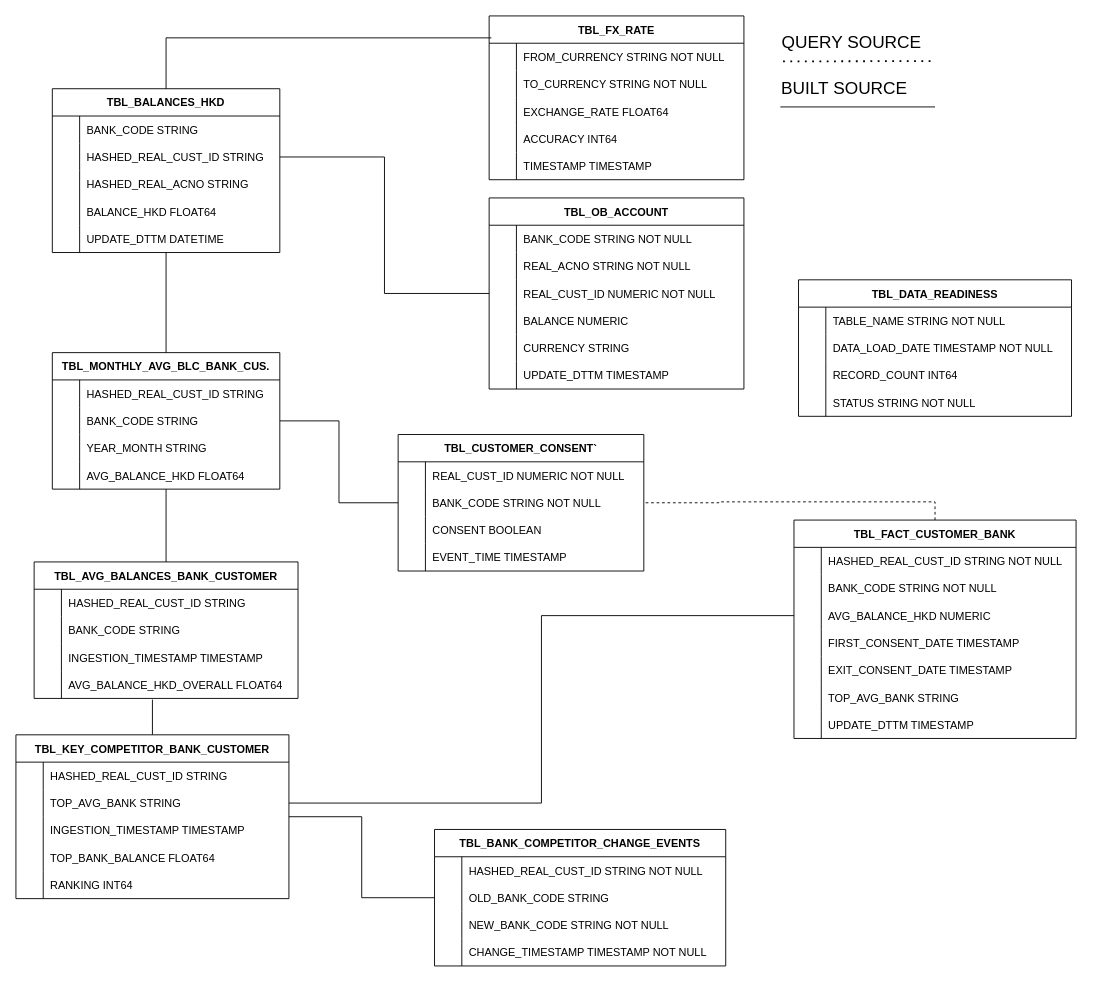
sfandino/global-banking keeps this draw.io diagram as docs/ER Diagram.drawio. Above is the earlier version. Source tidied: cells renumbered, new cells numbered last; positions are measured from the earlier drawing's top-left corner, leaving out a move shared by most shapes. Both pictures are drawn from the tidied source at 91%, with x=0, y=0 at pixel (15, 15).
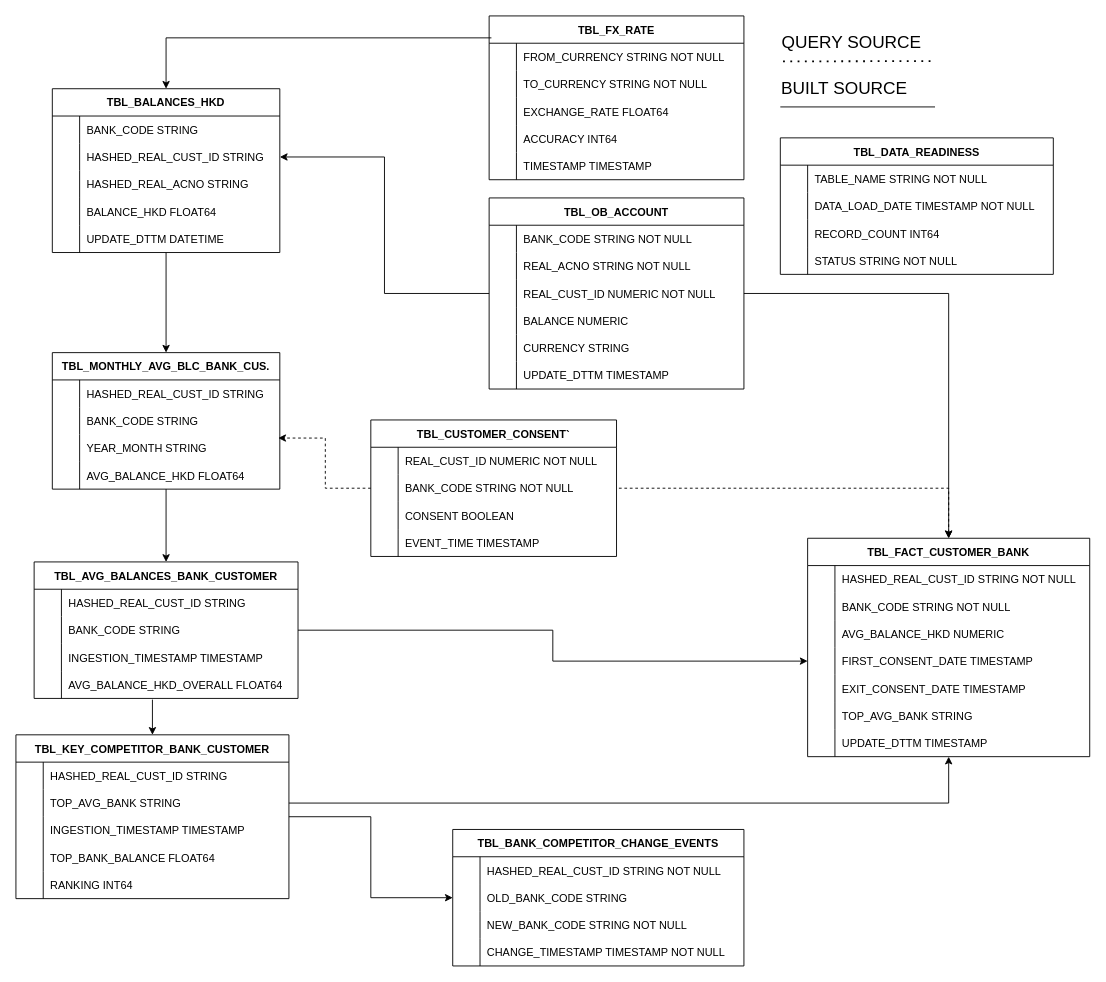
The same page after the edit.

Unchanged cells that the change refers to:
```xml
<mxCell id="9" style="shape=tableRow;horizontal=0;startSize=0;swimlaneHead=0;swimlaneBody=0;fillColor=none;points=[[0,0.5],[1,0.5]];portConstraint=eastwest;strokeColor=inherit;top=0;left=0;right=0;bottom=0;" parent="2" vertex="1">
  <mxGeometry y="90" width="280" height="30" as="geometry" />
</mxCell>
<mxCell id="25" style="shape=tableRow;horizontal=0;startSize=0;swimlaneHead=0;swimlaneBody=0;fillColor=none;points=[[0,0.5],[1,0.5]];portConstraint=eastwest;strokeColor=inherit;top=0;left=0;right=0;bottom=0;" parent="21" vertex="1">
  <mxGeometry y="60" width="270" height="30" as="geometry" />
</mxCell>
<mxCell id="34" value="TBL_FX_RATE" style="shape=table;startSize=30;childLayout=tableLayout;rowLines=0;fontStyle=1;align=center;" parent="1" vertex="1">
  <mxGeometry x="520" width="280" height="180" as="geometry" />
</mxCell>
<mxCell id="50" value="TBL_BALANCES_HKD" style="shape=table;startSize=30;childLayout=tableLayout;rowLines=0;fontStyle=1;align=center;" parent="1" vertex="1">
  <mxGeometry x="40" y="80" width="250" height="180" as="geometry" />
</mxCell>
<mxCell id="54" style="shape=tableRow;horizontal=0;startSize=0;swimlaneHead=0;swimlaneBody=0;fillColor=none;points=[[0,0.5],[1,0.5]];portConstraint=eastwest;strokeColor=inherit;top=0;left=0;right=0;bottom=0;" parent="50" vertex="1">
  <mxGeometry y="60" width="250" height="30" as="geometry" />
</mxCell>
<mxCell id="66" value="TBL_MONTHLY_AVG_BLC_BANK_CUS." style="shape=table;startSize=30;childLayout=tableLayout;rowLines=0;fontStyle=1;align=center;" parent="1" vertex="1">
  <mxGeometry x="40" y="370" width="250" height="150" as="geometry" />
</mxCell>
<mxCell id="73" style="shape=tableRow;horizontal=0;startSize=0;swimlaneHead=0;swimlaneBody=0;fillColor=none;points=[[0,0.5],[1,0.5]];portConstraint=eastwest;strokeColor=inherit;top=0;left=0;right=0;bottom=0;" parent="66" vertex="1">
  <mxGeometry y="90" width="250" height="30" as="geometry" />
</mxCell>
<mxCell id="81" value="TBL_AVG_BALANCES_BANK_CUSTOMER" style="shape=table;startSize=30;childLayout=tableLayout;rowLines=0;fontStyle=1;align=center;" parent="1" vertex="1">
  <mxGeometry x="20" y="600" width="290" height="150" as="geometry" />
</mxCell>
<mxCell id="85" style="shape=tableRow;horizontal=0;startSize=0;swimlaneHead=0;swimlaneBody=0;fillColor=none;points=[[0,0.5],[1,0.5]];portConstraint=eastwest;strokeColor=inherit;top=0;left=0;right=0;bottom=0;" parent="81" vertex="1">
  <mxGeometry y="60" width="290" height="30" as="geometry" />
</mxCell>
<mxCell id="91" style="shape=tableRow;horizontal=0;startSize=0;swimlaneHead=0;swimlaneBody=0;fillColor=none;points=[[0,0.5],[1,0.5]];portConstraint=eastwest;strokeColor=inherit;top=0;left=0;right=0;bottom=0;" parent="81" vertex="1">
  <mxGeometry y="120" width="290" height="30" as="geometry" />
</mxCell>
<mxCell id="94" value="TBL_KEY_COMPETITOR_BANK_CUSTOMER" style="shape=table;startSize=30;childLayout=tableLayout;rowLines=0;fontStyle=1;align=center;" parent="1" vertex="1">
  <mxGeometry y="790" width="300" height="180" as="geometry" />
</mxCell>
<mxCell id="98" style="shape=tableRow;horizontal=0;startSize=0;swimlaneHead=0;swimlaneBody=0;fillColor=none;points=[[0,0.5],[1,0.5]];portConstraint=eastwest;strokeColor=inherit;top=0;left=0;right=0;bottom=0;" parent="94" vertex="1">
  <mxGeometry y="60" width="300" height="30" as="geometry" />
</mxCell>
<mxCell id="117" style="shape=tableRow;horizontal=0;startSize=0;swimlaneHead=0;swimlaneBody=0;fillColor=none;points=[[0,0.5],[1,0.5]];portConstraint=eastwest;strokeColor=inherit;top=0;left=0;right=0;bottom=0;" parent="110" vertex="1">
  <mxGeometry y="90" width="310" height="30" as="geometry" />
</mxCell>
<mxCell id="120" style="shape=tableRow;horizontal=0;startSize=0;swimlaneHead=0;swimlaneBody=0;fillColor=none;points=[[0,0.5],[1,0.5]];portConstraint=eastwest;strokeColor=inherit;top=0;left=0;right=0;bottom=0;" parent="110" vertex="1">
  <mxGeometry y="120" width="310" height="30" as="geometry" />
</mxCell>
<mxCell id="159" style="shape=tableRow;horizontal=0;startSize=0;swimlaneHead=0;swimlaneBody=0;fillColor=none;points=[[0,0.5],[1,0.5]];portConstraint=eastwest;strokeColor=inherit;top=0;left=0;right=0;bottom=0;" parent="155" vertex="1">
  <mxGeometry y="60" width="320" height="30" as="geometry" />
</mxCell>
```

The edit, as a diff of the source:
```diff
@@
     <mxCell id="21" value="TBL_CUSTOMER_CONSENT`" style="shape=table;startSize=30;childLayout=tableLayout;rowLines=0;fontStyle=1;align=center;" parent="1" vertex="1">
-      <mxGeometry x="420" y="460" width="270" height="150" as="geometry" />
+      <mxGeometry x="390" y="444" width="270" height="150" as="geometry" />
     </mxCell>
@@
-    <mxCell id="79" style="edgeStyle=orthogonalEdgeStyle;rounded=0;jettySize=auto;html=1;exitX=0.5;exitY=0;exitDx=0;exitDy=0;endArrow=none;endFill=0;" parent="1" edge="1" source="81" target="66">
+    <mxCell id="79" style="edgeStyle=orthogonalEdgeStyle;rounded=0;jettySize=auto;html=1;exitX=0.5;exitY=0;exitDx=0;exitDy=0;endArrow=none;endFill=0;startArrow=classic;startFill=1;" parent="1" edge="1" source="81" target="66">
       <mxGeometry relative="1" as="geometry" />
     </mxCell>
-    <mxCell id="80" style="edgeStyle=orthogonalEdgeStyle;rounded=0;jettySize=auto;html=1;entryX=0.5;entryY=0;entryDx=0;entryDy=0;exitX=0.447;exitY=1.043;exitDx=0;exitDy=0;exitPerimeter=0;endArrow=none;endFill=0;" parent="1" edge="1" source="91" target="94">
+    <mxCell id="80" style="edgeStyle=orthogonalEdgeStyle;rounded=0;jettySize=auto;html=1;entryX=0.5;entryY=0;entryDx=0;entryDy=0;exitX=0.447;exitY=1.043;exitDx=0;exitDy=0;exitPerimeter=0;endArrow=classic;endFill=1;" parent="1" edge="1" source="91" target="94">
       <mxGeometry relative="1" as="geometry">
         <Array as="points">
           <mxPoint x="150" y="790" />
           <mxPoint x="150" y="790" />
         </Array>
       </mxGeometry>
     </mxCell>
@@
     <mxCell id="110" value="TBL_FACT_CUSTOMER_BANK" style="shape=table;startSize=30;childLayout=tableLayout;rowLines=0;fontStyle=1;align=center;" parent="1" vertex="1">
-      <mxGeometry x="855" y="554" width="310" height="240" as="geometry" />
+      <mxGeometry x="870" y="574" width="310" height="240" as="geometry" />
     </mxCell>
@@
     <mxCell id="132" value="TBL_DATA_READINESS" style="shape=table;startSize=30;childLayout=tableLayout;rowLines=0;fontStyle=1;align=center;" parent="1" vertex="1">
-      <mxGeometry x="860" y="290" width="300" height="150" as="geometry" />
+      <mxGeometry x="840" y="134" width="300" height="150" as="geometry" />
     </mxCell>
@@
-    <mxCell id="145" style="rounded=0;jettySize=auto;html=1;edgeStyle=orthogonalEdgeStyle;endArrow=none;endFill=0;dashed=1;exitX=0.5;exitY=0;exitDx=0;exitDy=0;" parent="1" edge="1" source="110" target="21">
+    <mxCell id="145" style="rounded=0;jettySize=auto;html=1;edgeStyle=orthogonalEdgeStyle;endArrow=none;endFill=0;dashed=1;exitX=0.5;exitY=0;exitDx=0;exitDy=0;startArrow=classic;startFill=1;" parent="1" edge="1" source="110" target="21">
       <mxGeometry relative="1" as="geometry" />
     </mxCell>
-    <mxCell id="146" style="edgeStyle=orthogonalEdgeStyle;rounded=0;jettySize=auto;html=1;entryX=0;entryY=0.5;entryDx=0;entryDy=0;endArrow=none;endFill=0;" parent="1" edge="1" source="54" target="9">
+    <mxCell id="146" style="edgeStyle=orthogonalEdgeStyle;rounded=0;jettySize=auto;html=1;entryX=0;entryY=0.5;entryDx=0;entryDy=0;endArrow=none;endFill=0;startArrow=classic;startFill=1;" parent="1" edge="1" source="54" target="9">
       <mxGeometry relative="1" as="geometry" />
     </mxCell>
-    <mxCell id="147" style="edgeStyle=orthogonalEdgeStyle;rounded=0;jettySize=auto;html=1;entryX=0.5;entryY=0;entryDx=0;entryDy=0;endArrow=none;endFill=0;exitX=0.009;exitY=0.134;exitDx=0;exitDy=0;exitPerimeter=0;" parent="1" edge="1" source="34" target="50">
+    <mxCell id="147" style="edgeStyle=orthogonalEdgeStyle;rounded=0;jettySize=auto;html=1;entryX=0.5;entryY=0;entryDx=0;entryDy=0;endArrow=classic;endFill=1;exitX=0.009;exitY=0.134;exitDx=0;exitDy=0;exitPerimeter=0;" parent="1" edge="1" source="34" target="50">
       <mxGeometry relative="1" as="geometry" />
     </mxCell>
-    <mxCell id="148" style="edgeStyle=orthogonalEdgeStyle;rounded=0;jettySize=auto;html=1;endArrow=none;endFill=0;" parent="1" edge="1" source="50" target="66">
+    <mxCell id="148" style="edgeStyle=orthogonalEdgeStyle;rounded=0;jettySize=auto;html=1;endArrow=classic;endFill=1;" parent="1" edge="1" source="50" target="66">
       <mxGeometry relative="1" as="geometry" />
     </mxCell>
-    <mxCell id="149" style="edgeStyle=orthogonalEdgeStyle;rounded=0;jettySize=auto;html=1;endArrow=none;endFill=0;" parent="1" edge="1" source="66" target="21">
-      <mxGeometry relative="1" as="geometry" />
-    </mxCell>
-    <mxCell id="150" style="edgeStyle=orthogonalEdgeStyle;rounded=0;jettySize=auto;html=1;exitX=0;exitY=0.5;exitDx=0;exitDy=0;endArrow=none;endFill=0;" parent="1" edge="1" source="159" target="94">
+    <mxCell id="150" style="edgeStyle=orthogonalEdgeStyle;rounded=0;jettySize=auto;html=1;exitX=0;exitY=0.5;exitDx=0;exitDy=0;endArrow=none;endFill=0;startArrow=classic;startFill=1;" parent="1" edge="1" source="159" target="94">
       <mxGeometry relative="1" as="geometry" />
     </mxCell>
@@
     <mxCell id="155" value="TBL_BANK_COMPETITOR_CHANGE_EVENTS" style="shape=table;startSize=30;childLayout=tableLayout;rowLines=0;fontStyle=1;align=center;" parent="1" vertex="1">
-      <mxGeometry x="460" y="894" width="320" height="150" as="geometry" />
+      <mxGeometry x="480" y="894" width="320" height="150" as="geometry" />
     </mxCell>
@@
-    <mxCell id="168" style="edgeStyle=orthogonalEdgeStyle;rounded=0;jettySize=auto;html=1;exitX=1;exitY=0.5;exitDx=0;exitDy=0;entryX=0;entryY=0.5;entryDx=0;entryDy=0;endArrow=none;endFill=0;" parent="1" edge="1" source="98" target="117">
-      <mxGeometry relative="1" as="geometry" />
-    </mxCell>
+    <mxCell id="169" style="edgeStyle=orthogonalEdgeStyle;rounded=0;jettySize=auto;html=1;exitX=1;exitY=0.5;exitDx=0;exitDy=0;entryX=0;entryY=0.5;entryDx=0;entryDy=0;endArrow=classic;endFill=1;" parent="1" edge="1" source="85" target="120">
+      <mxGeometry relative="1" as="geometry" />
+    </mxCell>
+    <mxCell id="170" style="edgeStyle=orthogonalEdgeStyle;rounded=0;jettySize=auto;html=1;exitX=1;exitY=0.5;exitDx=0;exitDy=0;endArrow=classic;endFill=1;" parent="1" edge="1" source="98" target="110">
+      <mxGeometry relative="1" as="geometry" />
+    </mxCell>
+    <mxCell id="171" style="edgeStyle=orthogonalEdgeStyle;rounded=0;jettySize=auto;html=1;exitX=0;exitY=0.5;exitDx=0;exitDy=0;entryX=0.993;entryY=0.129;entryDx=0;entryDy=0;entryPerimeter=0;endArrow=classic;endFill=1;dashed=1;" parent="1" edge="1" source="25" target="73">
+      <mxGeometry relative="1" as="geometry" />
+    </mxCell>
+    <mxCell id="172" style="edgeStyle=orthogonalEdgeStyle;rounded=0;jettySize=auto;html=1;exitX=1;exitY=0.5;exitDx=0;exitDy=0;endArrow=classic;endFill=1;" parent="1" edge="1" source="9" target="110">
+      <mxGeometry relative="1" as="geometry" />
+    </mxCell>
```
